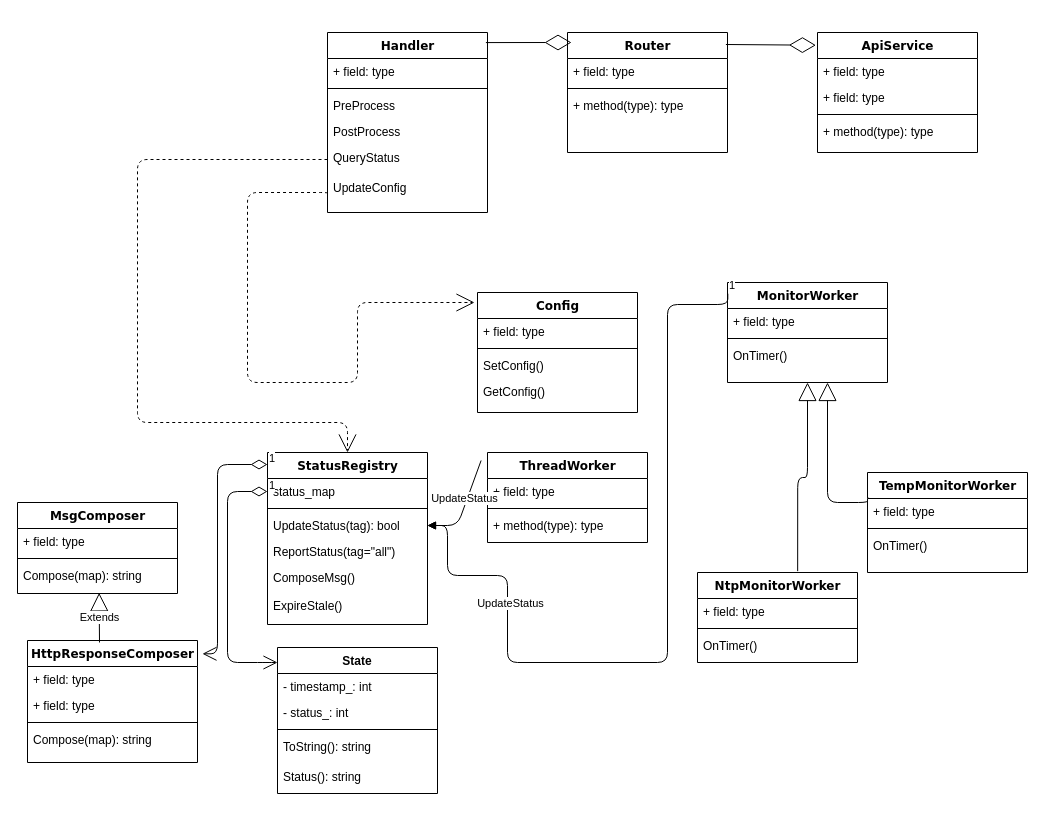
joeshow79/umlchart keeps this draw.io diagram as page "classes" (1 of 2) of httpworker.drawio. Above is the earlier version. Source tidied: cells renumbered, new cells numbered last; positions are measured from the earlier drawing's top-left corner, leaving out a move shared by most shapes. Both pictures are drawn from the tidied source at 100%, with x=0, y=0 at pixel (17, 32).
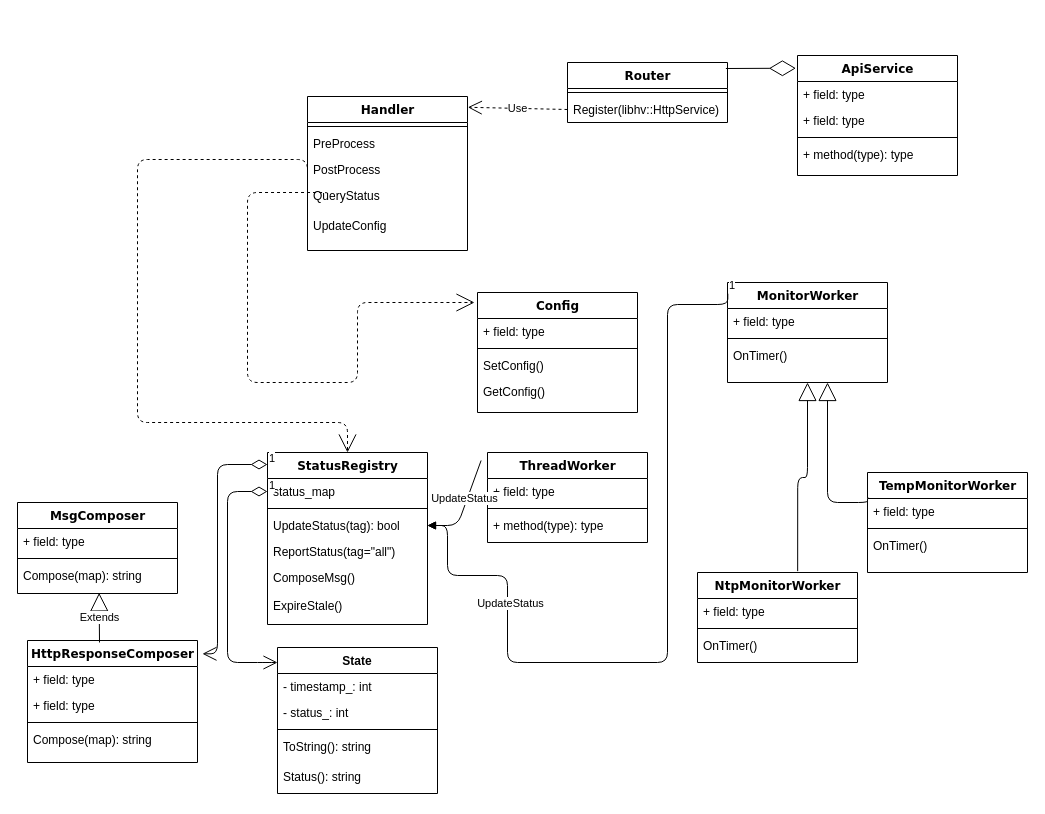
The same diagram, later.

What changed in the source:
```diff
@@
     <mxCell id="3" value="ApiService" style="swimlane;html=1;fontStyle=1;align=center;verticalAlign=top;horizontal=1;startSize=26;swimlaneFillColor=#ffffff;rounded=0;shadow=0;comic=0;labelBackgroundColor=none;strokeWidth=1;fillColor=none;fontFamily=Verdana;fontSize=12;" parent="1" vertex="1">
-      <mxGeometry x="800" width="160" height="120" as="geometry" />
+      <mxGeometry x="780" y="23" width="160" height="120" as="geometry" />
     </mxCell>
@@
     <mxCell id="60" value="Handler" style="swimlane;html=1;fontStyle=1;align=center;verticalAlign=top;horizontal=1;startSize=26;swimlaneFillColor=#ffffff;rounded=0;shadow=0;comic=0;labelBackgroundColor=none;strokeWidth=1;fillColor=none;fontFamily=Verdana;fontSize=12;" parent="1" vertex="1">
-      <mxGeometry x="310" width="160" height="180" as="geometry" />
+      <mxGeometry x="290" y="64" width="160" height="154" as="geometry" />
     </mxCell>
-    <mxCell id="61" value="+ field: type" style="text;html=1;strokeColor=none;fillColor=none;align=left;verticalAlign=top;spacingLeft=4;spacingRight=4;whiteSpace=wrap;overflow=hidden;" parent="60" vertex="1">
-      <mxGeometry y="26" width="160" height="26" as="geometry" />
-    </mxCell>
     <mxCell id="62" style="line;html=1;strokeWidth=1;fillColor=none;align=left;verticalAlign=middle;spacingTop=-1;spacingLeft=3;spacingRight=3;labelPosition=right;" parent="60" vertex="1">
-      <mxGeometry y="52" width="160" height="8" as="geometry" />
+      <mxGeometry y="26" width="160" height="8" as="geometry" />
     </mxCell>
     <mxCell id="63" value="PreProcess" style="text;html=1;strokeColor=none;fillColor=none;align=left;verticalAlign=top;spacingLeft=4;spacingRight=4;whiteSpace=wrap;overflow=hidden;" parent="60" vertex="1">
-      <mxGeometry y="60" width="160" height="26" as="geometry" />
+      <mxGeometry y="34" width="160" height="26" as="geometry" />
     </mxCell>
     <mxCell id="64" value="PostProcess" style="text;html=1;strokeColor=none;fillColor=none;align=left;verticalAlign=top;spacingLeft=4;spacingRight=4;whiteSpace=wrap;overflow=hidden;" parent="60" vertex="1">
-      <mxGeometry y="86" width="160" height="26" as="geometry" />
+      <mxGeometry y="60" width="160" height="26" as="geometry" />
     </mxCell>
     <mxCell id="65" value="QueryStatus" style="text;html=1;strokeColor=none;fillColor=none;align=left;verticalAlign=top;spacingLeft=4;spacingRight=4;whiteSpace=wrap;overflow=hidden;points=[[0,0.5],[1,0.5]];portConstraint=eastwest;" parent="60" vertex="1">
-      <mxGeometry y="112" width="160" height="30" as="geometry" />
+      <mxGeometry y="86" width="160" height="30" as="geometry" />
     </mxCell>
     <mxCell id="66" value="UpdateConfig" style="text;html=1;strokeColor=none;fillColor=none;align=left;verticalAlign=top;spacingLeft=4;spacingRight=4;whiteSpace=wrap;overflow=hidden;" parent="60" vertex="1">
-      <mxGeometry y="142" width="160" height="38" as="geometry" />
+      <mxGeometry y="116" width="160" height="38" as="geometry" />
     </mxCell>
     <mxCell id="67" value="Router" style="swimlane;html=1;fontStyle=1;align=center;verticalAlign=top;horizontal=1;startSize=26;swimlaneFillColor=#ffffff;rounded=0;shadow=0;comic=0;labelBackgroundColor=none;strokeWidth=1;fillColor=none;fontFamily=Verdana;fontSize=12;" parent="1" vertex="1">
-      <mxGeometry x="550" width="160" height="120" as="geometry" />
+      <mxGeometry x="550" y="30" width="160" height="60" as="geometry" />
     </mxCell>
-    <mxCell id="68" value="+ field: type" style="text;html=1;strokeColor=none;fillColor=none;align=left;verticalAlign=top;spacingLeft=4;spacingRight=4;whiteSpace=wrap;overflow=hidden;" parent="67" vertex="1">
-      <mxGeometry y="26" width="160" height="26" as="geometry" />
-    </mxCell>
     <mxCell id="69" style="line;html=1;strokeWidth=1;fillColor=none;align=left;verticalAlign=middle;spacingTop=-1;spacingLeft=3;spacingRight=3;labelPosition=right;" parent="67" vertex="1">
-      <mxGeometry y="52" width="160" height="8" as="geometry" />
+      <mxGeometry y="26" width="160" height="8" as="geometry" />
     </mxCell>
-    <mxCell id="70" value="+ method(type): type" style="text;html=1;strokeColor=none;fillColor=none;align=left;verticalAlign=top;spacingLeft=4;spacingRight=4;whiteSpace=wrap;overflow=hidden;points=[[0,0.5],[1,0.5]];portConstraint=eastwest;" parent="67" vertex="1">
-      <mxGeometry y="60" width="160" height="26" as="geometry" />
+    <mxCell id="70" value="Register(libhv::HttpService)" style="text;html=1;strokeColor=none;fillColor=none;align=left;verticalAlign=top;spacingLeft=4;spacingRight=4;whiteSpace=wrap;overflow=hidden;points=[[0,0.5],[1,0.5]];portConstraint=eastwest;" parent="67" vertex="1">
+      <mxGeometry y="34" width="160" height="26" as="geometry" />
     </mxCell>
@@
-    <mxCell id="72" style="endArrow=diamondThin;endFill=0;endSize=24;html=1;exitX=0.99;exitY=0.056;exitDx=0;exitDy=0;exitPerimeter=0;" parent="1" edge="1" source="60">
-      <mxGeometry relative="1" as="geometry">
-        <mxPoint x="554" y="10" as="targetPoint" />
-      </mxGeometry>
-    </mxCell>
@@
+    <mxCell id="74" value="Use" style="endArrow=open;endSize=12;dashed=1;html=1;exitX=0;exitY=0.5;exitDx=0;exitDy=0;entryX=1.002;entryY=0.07;entryDx=0;entryDy=0;entryPerimeter=0;" parent="1" edge="1" source="70" target="60">
+      <mxGeometry relative="1" as="geometry" />
+    </mxCell>
```
